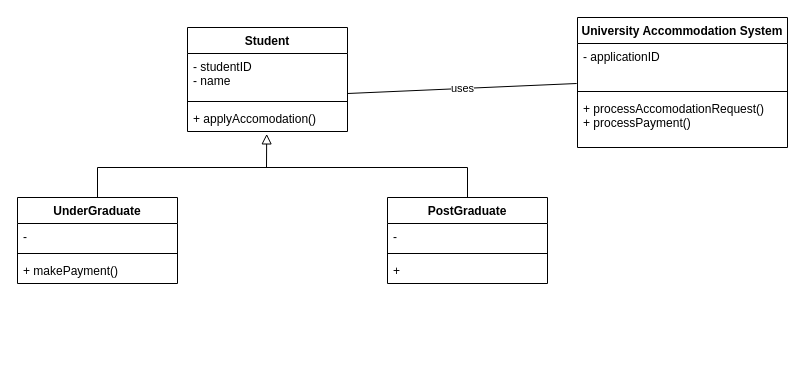
Above: tuto3q3.drawio in justn0thinghere/drawio (draw.io), before the change. Source tidied: cells renumbered, new cells numbered last; positions are measured from the earlier drawing's top-left corner, leaving out a move shared by most shapes. Both pictures are drawn from the tidied source at 100%, with x=0, y=0 at pixel (17, 17).
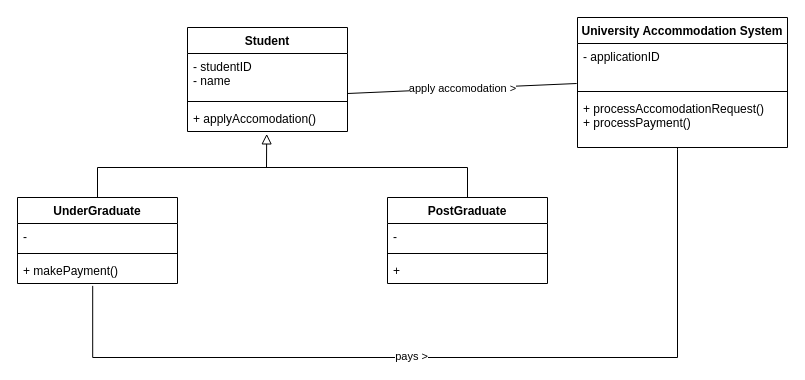
The same diagram, later.

Unchanged cells that the change refers to:
```xml
<mxCell id="6" value="UnderGraduate" style="swimlane;fontStyle=1;align=center;verticalAlign=top;horizontal=1;startSize=26;whiteSpace=wrap;html=1;" parent="1" vertex="1">
  <mxGeometry y="180" width="160" height="86" as="geometry" />
</mxCell>
<mxCell id="9" value="+ makePayment()" style="text;strokeColor=none;fillColor=none;align=left;verticalAlign=top;spacingLeft=4;spacingRight=4;overflow=hidden;points=[[0,0.5],[1,0.5]];portConstraint=eastwest;whiteSpace=wrap;html=1;" parent="6" vertex="1">
  <mxGeometry y="60" width="160" height="26" as="geometry" />
</mxCell>
<mxCell id="20" value="- applicationID" style="text;strokeColor=none;fillColor=none;align=left;verticalAlign=top;spacingLeft=4;spacingRight=4;overflow=hidden;points=[[0,0.5],[1,0.5]];portConstraint=eastwest;whiteSpace=wrap;html=1;" parent="19" vertex="1">
  <mxGeometry y="26" width="210" height="44" as="geometry" />
</mxCell>
```

Change to the diagram source:
```diff
@@
-    <mxCell id="7" value="-" style="text;strokeColor=none;fillColor=none;align=left;verticalAlign=top;spacingLeft=4;spacingRight=4;overflow=hidden;whiteSpace=wrap;html=1;" parent="6" vertex="1">
+    <mxCell id="7" value="-&amp;nbsp;" style="text;strokeColor=none;fillColor=none;align=left;verticalAlign=top;spacingLeft=4;spacingRight=4;overflow=hidden;whiteSpace=wrap;html=1;" parent="6" vertex="1">
       <mxGeometry y="26" width="160" height="26" as="geometry" />
     </mxCell>
@@
-    <mxCell id="23" value="uses" style="endArrow=none;html=1;rounded=0;entryX=-0.004;entryY=0.909;entryDx=0;entryDy=0;entryPerimeter=0;" parent="1" edge="1" target="20">
+    <mxCell id="23" value="apply accomodation &amp;gt;" style="endArrow=none;html=1;rounded=0;entryX=-0.004;entryY=0.909;entryDx=0;entryDy=0;entryPerimeter=0;" parent="1" edge="1" target="20">
       <mxGeometry relative="1" as="geometry">
         <mxPoint x="330" y="76" as="sourcePoint" />
       </mxGeometry>
     </mxCell>
+    <mxCell id="24" style="endArrow=none;html=1;rounded=0;exitX=0.47;exitY=1.092;exitDx=0;exitDy=0;exitPerimeter=0;edgeStyle=orthogonalEdgeStyle;endFill=0;" parent="1" edge="1" source="9">
+      <mxGeometry relative="1" as="geometry">
+        <mxPoint x="660" y="130" as="targetPoint" />
+        <Array as="points">
+          <mxPoint x="75" y="340" />
+          <mxPoint x="660" y="340" />
+          <mxPoint x="660" y="132" />
+        </Array>
+      </mxGeometry>
+    </mxCell>
+    <mxCell id="25" value="pays &amp;gt;" style="edgeLabel;html=1;align=center;verticalAlign=middle;" parent="24" vertex="1">
+      <mxGeometry x="-0.1" y="2" relative="1" as="geometry" />
+    </mxCell>
```
